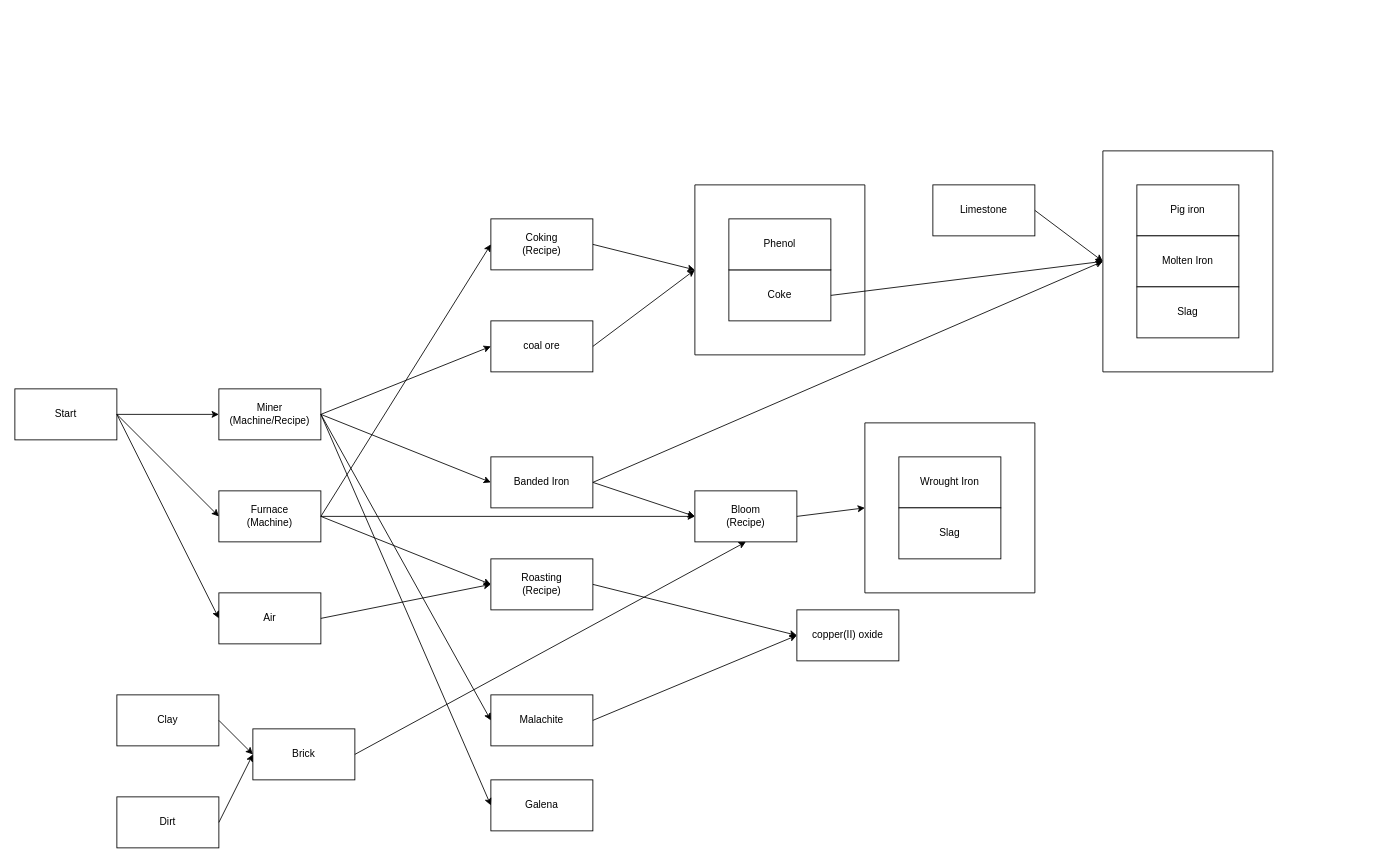
Before: game_idea.drawio in aluminium0316/flowcharts, a draw.io diagram. Source tidied: cells renumbered, new cells numbered last; positions are measured from the earlier drawing's top-left corner, leaving out a move shared by most shapes. Both pictures are drawn from the tidied source at 85%, with x=0, y=0 at pixel (14, 150).
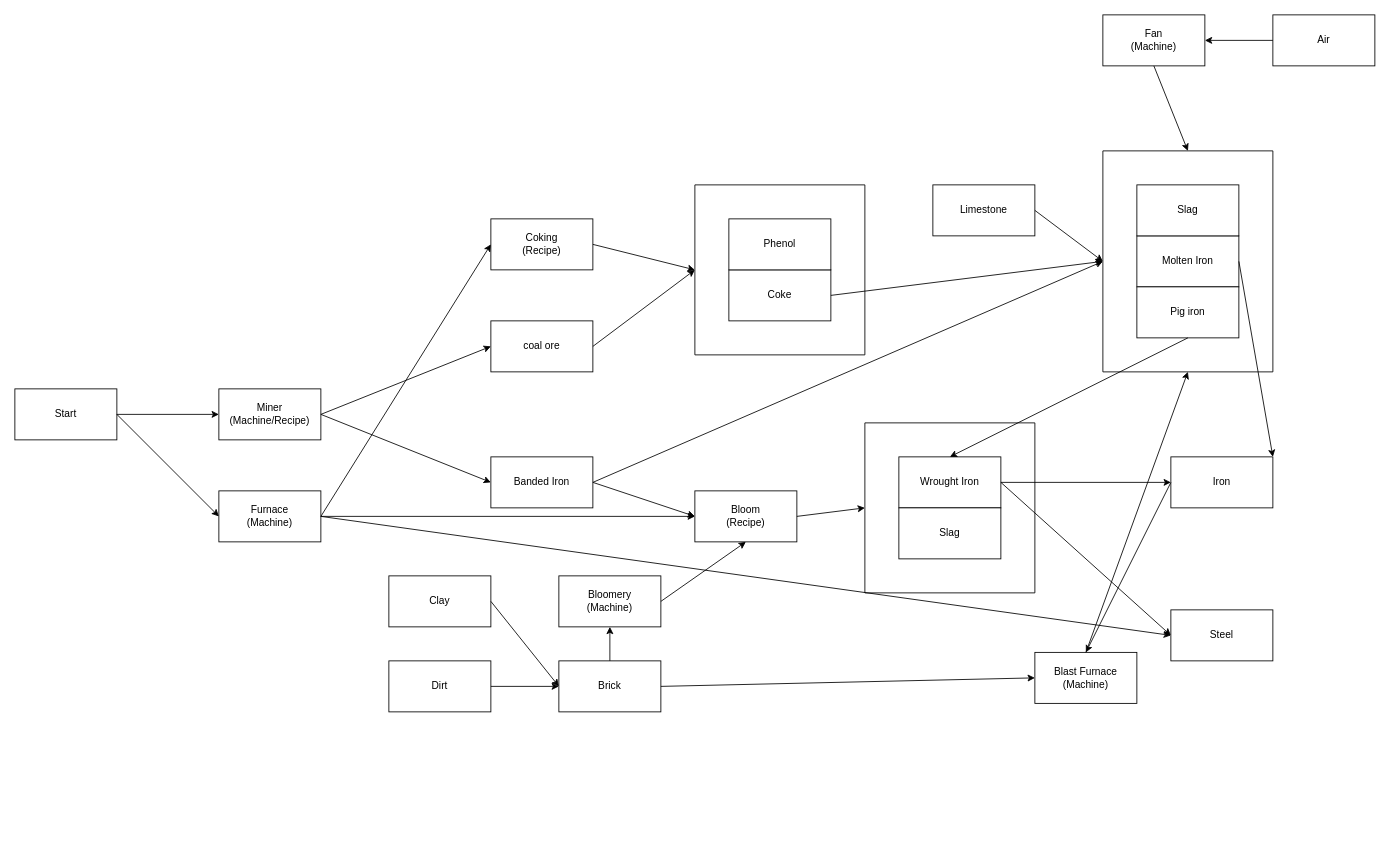
The same page after the edit.

The change refers to these unchanged cells:
```xml
<mxCell id="2" value="Start" style="rounded=0;whiteSpace=wrap;html=1;" parent="1" vertex="1">
  <mxGeometry y="280" width="120" height="60" as="geometry" />
</mxCell>
<mxCell id="3" value="Miner&lt;br&gt;&lt;div&gt;(Machine/Recipe)&lt;/div&gt;" style="rounded=0;whiteSpace=wrap;html=1;" parent="1" vertex="1">
  <mxGeometry x="240" y="280" width="120" height="60" as="geometry" />
</mxCell>
<mxCell id="5" value="Furnace&lt;br&gt;(Machine)" style="rounded=0;whiteSpace=wrap;html=1;" parent="1" vertex="1">
  <mxGeometry x="240" y="400" width="120" height="60" as="geometry" />
</mxCell>
<mxCell id="20" value="Bloom&lt;br&gt;(Recipe)" style="rounded=0;whiteSpace=wrap;html=1;" parent="1" vertex="1">
  <mxGeometry x="800" y="400" width="120" height="60" as="geometry" />
</mxCell>
<mxCell id="42" value="Wrought Iron" style="rounded=0;whiteSpace=wrap;html=1;" parent="41" vertex="1">
  <mxGeometry x="40" y="40" width="120" height="60" as="geometry" />
</mxCell>
<mxCell id="44" style="swimlane;startSize=0;" parent="1" vertex="1">
  <mxGeometry x="1280" width="200" height="260" as="geometry" />
</mxCell>
<mxCell id="46" value="Molten Iron" style="rounded=0;whiteSpace=wrap;html=1;" parent="44" vertex="1">
  <mxGeometry x="40" y="100" width="120" height="60" as="geometry" />
</mxCell>
```

The edit, as a diff of the source:
```diff
@@
-    <mxCell id="11" value="Malachite" style="rounded=0;whiteSpace=wrap;html=1;" parent="1" vertex="1">
-      <mxGeometry x="560" y="640" width="120" height="60" as="geometry" />
-    </mxCell>
-    <mxCell id="12" value="Galena" style="rounded=0;whiteSpace=wrap;html=1;" parent="1" vertex="1">
-      <mxGeometry x="560" y="740" width="120" height="60" as="geometry" />
-    </mxCell>
-    <mxCell id="13" value="Air" style="rounded=0;whiteSpace=wrap;html=1;" parent="1" vertex="1">
-      <mxGeometry x="240" y="520" width="120" height="60" as="geometry" />
-    </mxCell>
-    <mxCell id="14" value="copper(II) oxide" style="rounded=0;whiteSpace=wrap;html=1;" parent="1" vertex="1">
-      <mxGeometry x="920" y="540" width="120" height="60" as="geometry" />
-    </mxCell>
-    <mxCell id="15" value="Roasting&lt;br&gt;&lt;div&gt;(Recipe)&lt;/div&gt;" style="rounded=0;whiteSpace=wrap;html=1;" parent="1" vertex="1">
-      <mxGeometry x="560" y="480" width="120" height="60" as="geometry" />
-    </mxCell>
-    <mxCell id="16" style="endArrow=classic;html=1;rounded=0;exitX=1;exitY=0.5;exitDx=0;exitDy=0;entryX=0;entryY=0.5;entryDx=0;entryDy=0;" parent="1" edge="1" source="13" target="15">
-      <mxGeometry relative="1" as="geometry" />
-    </mxCell>
-    <mxCell id="17" style="endArrow=classic;html=1;rounded=0;exitX=1;exitY=0.5;exitDx=0;exitDy=0;entryX=0;entryY=0.5;entryDx=0;entryDy=0;" parent="1" edge="1" source="5" target="15">
-      <mxGeometry relative="1" as="geometry" />
-    </mxCell>
-    <mxCell id="18" style="endArrow=classic;html=1;rounded=0;exitX=1;exitY=0.5;exitDx=0;exitDy=0;entryX=0;entryY=0.5;entryDx=0;entryDy=0;" parent="1" edge="1" source="15" target="14">
-      <mxGeometry relative="1" as="geometry" />
-    </mxCell>
-    <mxCell id="19" style="endArrow=classic;html=1;rounded=0;exitX=1;exitY=0.5;exitDx=0;exitDy=0;entryX=0;entryY=0.5;entryDx=0;entryDy=0;" parent="1" edge="1" source="11" target="14">
-      <mxGeometry relative="1" as="geometry" />
-    </mxCell>
@@
-    <mxCell id="24" style="endArrow=classic;html=1;rounded=0;exitX=1;exitY=0.5;exitDx=0;exitDy=0;entryX=0;entryY=0.5;entryDx=0;entryDy=0;" parent="1" edge="1" source="2" target="13">
-      <mxGeometry relative="1" as="geometry" />
-    </mxCell>
     <mxCell id="25" value="Clay" style="rounded=0;whiteSpace=wrap;html=1;" parent="1" vertex="1">
-      <mxGeometry x="120" y="640" width="120" height="60" as="geometry" />
+      <mxGeometry x="440" y="500" width="120" height="60" as="geometry" />
     </mxCell>
-    <mxCell id="26" style="endArrow=classic;html=1;rounded=0;exitX=1;exitY=0.5;exitDx=0;exitDy=0;entryX=0;entryY=0.5;entryDx=0;entryDy=0;" parent="1" edge="1" source="3" target="11">
-      <mxGeometry relative="1" as="geometry" />
-    </mxCell>
-    <mxCell id="27" style="endArrow=classic;html=1;rounded=0;exitX=1;exitY=0.5;exitDx=0;exitDy=0;entryX=0;entryY=0.5;entryDx=0;entryDy=0;" parent="1" edge="1" source="3" target="12">
-      <mxGeometry relative="1" as="geometry" />
-    </mxCell>
     <mxCell id="28" value="Dirt" style="rounded=0;whiteSpace=wrap;html=1;" parent="1" vertex="1">
-      <mxGeometry x="120" y="760" width="120" height="60" as="geometry" />
+      <mxGeometry x="440" y="600" width="120" height="60" as="geometry" />
     </mxCell>
     <mxCell id="29" value="Brick" style="rounded=0;whiteSpace=wrap;html=1;" parent="1" vertex="1">
-      <mxGeometry x="280" y="680" width="120" height="60" as="geometry" />
+      <mxGeometry x="640" y="600" width="120" height="60" as="geometry" />
     </mxCell>
@@
-    <mxCell id="32" style="endArrow=classic;html=1;rounded=0;exitX=1;exitY=0.5;exitDx=0;exitDy=0;entryX=0.5;entryY=1;entryDx=0;entryDy=0;" parent="1" edge="1" source="29" target="20">
+    <mxCell id="32" style="endArrow=classic;html=1;rounded=0;exitX=0.5;exitY=0;exitDx=0;exitDy=0;entryX=0.5;entryY=1;entryDx=0;entryDy=0;" parent="1" edge="1" source="29" target="64">
       <mxGeometry relative="1" as="geometry" />
     </mxCell>
@@
-    <mxCell id="45" value="Pig iron" style="rounded=0;whiteSpace=wrap;html=1;" parent="44" vertex="1">
-      <mxGeometry x="40" y="40" width="120" height="60" as="geometry" />
-    </mxCell>
@@
     <mxCell id="47" value="Slag" style="rounded=0;whiteSpace=wrap;html=1;" parent="44" vertex="1">
-      <mxGeometry x="40" y="160" width="120" height="60" as="geometry" />
+      <mxGeometry x="40" y="40" width="120" height="60" as="geometry" />
     </mxCell>
+    <mxCell id="45" value="Pig iron" style="rounded=0;whiteSpace=wrap;html=1;" parent="44" vertex="1">
+      <mxGeometry x="40" y="160" width="120" height="60" as="geometry" />
+    </mxCell>
@@
+    <mxCell id="51" value="Blast Furnace&lt;br&gt;&lt;div&gt;(Machine)&lt;/div&gt;" style="rounded=0;whiteSpace=wrap;html=1;" parent="1" vertex="1">
+      <mxGeometry x="1200" y="590" width="120" height="60" as="geometry" />
+    </mxCell>
+    <mxCell id="52" style="endArrow=classic;html=1;rounded=0;exitX=0.5;exitY=0;exitDx=0;exitDy=0;entryX=0.5;entryY=1;entryDx=0;entryDy=0;" parent="1" edge="1" source="51" target="44">
+      <mxGeometry relative="1" as="geometry" />
+    </mxCell>
+    <mxCell id="53" value="Fan&lt;br&gt;(Machine)" style="rounded=0;whiteSpace=wrap;html=1;" parent="1" vertex="1">
+      <mxGeometry x="1280" y="-160" width="120" height="60" as="geometry" />
+    </mxCell>
+    <mxCell id="13" value="Air" style="rounded=0;whiteSpace=wrap;html=1;" parent="1" vertex="1">
+      <mxGeometry x="1480" y="-160" width="120" height="60" as="geometry" />
+    </mxCell>
+    <mxCell id="54" style="endArrow=classic;html=1;rounded=0;exitX=0;exitY=0.5;exitDx=0;exitDy=0;entryX=1;entryY=0.5;entryDx=0;entryDy=0;" parent="1" edge="1" source="13" target="53">
+      <mxGeometry relative="1" as="geometry" />
+    </mxCell>
+    <mxCell id="55" style="endArrow=classic;html=1;rounded=0;exitX=0.5;exitY=1;exitDx=0;exitDy=0;entryX=0.5;entryY=0;entryDx=0;entryDy=0;" parent="1" edge="1" source="53" target="44">
+      <mxGeometry relative="1" as="geometry" />
+    </mxCell>
+    <mxCell id="56" style="endArrow=classic;html=1;rounded=0;exitX=0.5;exitY=1;exitDx=0;exitDy=0;entryX=0.5;entryY=0;entryDx=0;entryDy=0;" parent="1" edge="1" source="45" target="42">
+      <mxGeometry relative="1" as="geometry" />
+    </mxCell>
+    <mxCell id="57" value="Iron" style="rounded=0;whiteSpace=wrap;html=1;" parent="1" vertex="1">
+      <mxGeometry x="1360" y="360" width="120" height="60" as="geometry" />
+    </mxCell>
+    <mxCell id="58" style="endArrow=classic;html=1;rounded=0;exitX=1;exitY=0.5;exitDx=0;exitDy=0;entryX=0;entryY=0.5;entryDx=0;entryDy=0;" parent="1" edge="1" source="42" target="57">
+      <mxGeometry relative="1" as="geometry" />
+    </mxCell>
+    <mxCell id="59" style="endArrow=classic;html=1;rounded=0;exitX=1;exitY=0.5;exitDx=0;exitDy=0;entryX=1;entryY=0;entryDx=0;entryDy=0;" parent="1" edge="1" source="46" target="57">
+      <mxGeometry relative="1" as="geometry" />
+    </mxCell>
+    <mxCell id="60" style="endArrow=classic;html=1;rounded=0;exitX=0;exitY=0.5;exitDx=0;exitDy=0;entryX=0.5;entryY=0;entryDx=0;entryDy=0;" parent="1" edge="1" source="57" target="51">
+      <mxGeometry relative="1" as="geometry" />
+    </mxCell>
+    <mxCell id="61" style="endArrow=classic;html=1;rounded=0;exitX=1;exitY=0.5;exitDx=0;exitDy=0;entryX=0;entryY=0.5;entryDx=0;entryDy=0;" parent="1" edge="1" source="5" target="62">
+      <mxGeometry relative="1" as="geometry" />
+    </mxCell>
+    <mxCell id="62" value="Steel" style="rounded=0;whiteSpace=wrap;html=1;" parent="1" vertex="1">
+      <mxGeometry x="1360" y="540" width="120" height="60" as="geometry" />
+    </mxCell>
+    <mxCell id="63" style="endArrow=classic;html=1;rounded=0;exitX=1;exitY=0.5;exitDx=0;exitDy=0;entryX=0;entryY=0.5;entryDx=0;entryDy=0;" parent="1" edge="1" source="42" target="62">
+      <mxGeometry relative="1" as="geometry" />
+    </mxCell>
+    <mxCell id="64" value="Bloomery&lt;br&gt;(Machine)" style="rounded=0;whiteSpace=wrap;html=1;" parent="1" vertex="1">
+      <mxGeometry x="640" y="500" width="120" height="60" as="geometry" />
+    </mxCell>
+    <mxCell id="65" style="endArrow=classic;html=1;rounded=0;exitX=1;exitY=0.5;exitDx=0;exitDy=0;entryX=0.5;entryY=1;entryDx=0;entryDy=0;" parent="1" edge="1" source="64" target="20">
+      <mxGeometry relative="1" as="geometry" />
+    </mxCell>
+    <mxCell id="66" style="endArrow=classic;html=1;rounded=0;exitX=1;exitY=0.5;exitDx=0;exitDy=0;entryX=0;entryY=0.5;entryDx=0;entryDy=0;" parent="1" edge="1" source="29" target="51">
+      <mxGeometry relative="1" as="geometry" />
+    </mxCell>
```
